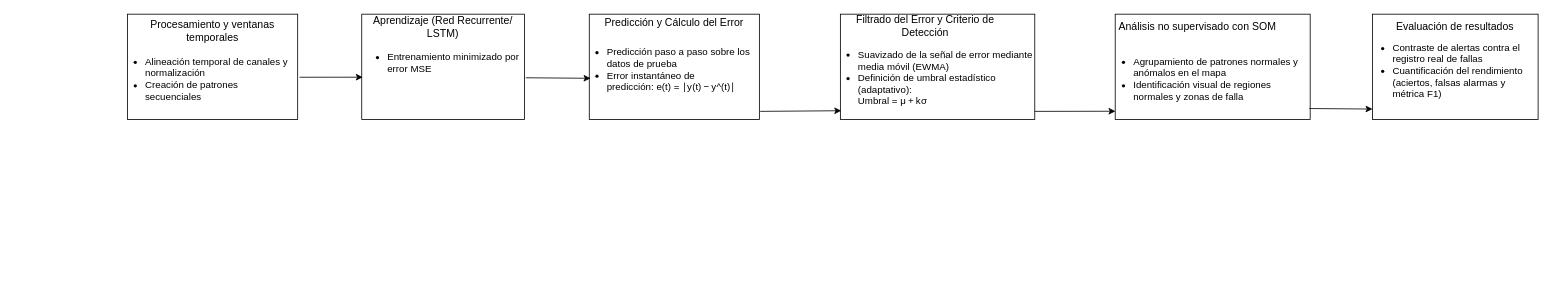
The draw.io diagram paso a paso IC.drawio in cior666/Deteccion-Anomalia-Satelites--Inteligencia-Computacional, before the edit. Source tidied: cells renumbered, new cells numbered last; positions are measured from the earlier drawing's top-left corner, leaving out a move shared by most shapes. Both pictures are drawn from the tidied source at 81%, with x=0, y=0 at pixel (111, 14).
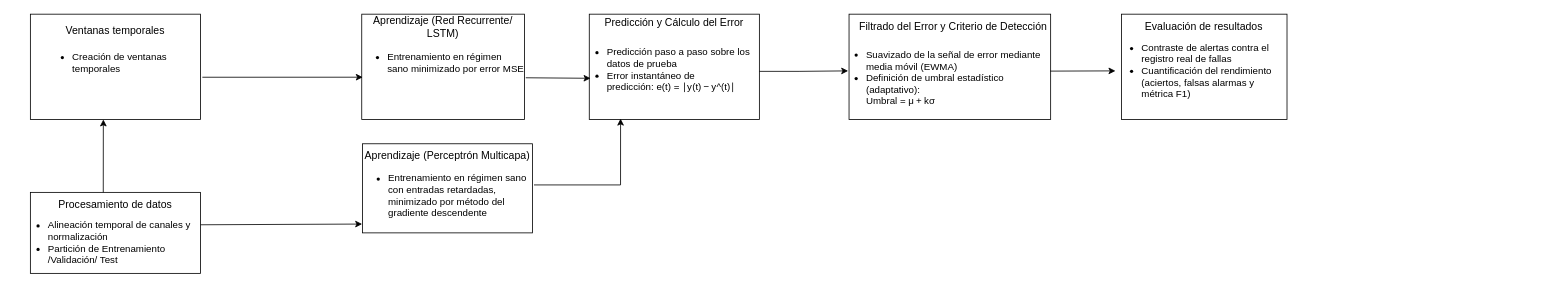
After the change.

Commit message (it also covers changes not shown here):
Se carga informe presentado y diagrama paso a paso.

The change refers to these unchanged cells:
```xml
<mxCell id="3" style="rounded=0;whiteSpace=wrap;html=1;" parent="2" vertex="1">
  <mxGeometry x="20" width="210" height="130" as="geometry" />
</mxCell>
<mxCell id="6" style="group;" parent="1" vertex="1">
  <mxGeometry x="290" width="220" height="130" as="geometry" />
</mxCell>
<mxCell id="11" style="rounded=0;whiteSpace=wrap;html=1;" parent="10" vertex="1">
  <mxGeometry x="20" width="210" height="130" as="geometry" />
</mxCell>
<mxCell id="23" style="rounded=0;whiteSpace=wrap;html=1;" parent="22" vertex="1">
  <mxGeometry x="17" width="204.4" height="130" as="geometry" />
</mxCell>
```

What changed in the source:
```diff
@@
     <mxCell id="2" style="group;" parent="1" vertex="1">
-      <mxGeometry width="230" height="130" as="geometry" />
+      <mxGeometry x="-120" width="230" height="130" as="geometry" />
     </mxCell>
@@
-    <mxCell id="4" value="&lt;font style=&quot;font-size: 13px;&quot;&gt;Procesamiento y ventanas temporales&lt;/font&gt;" style="text;html=1;whiteSpace=wrap;strokeColor=none;fillColor=none;align=center;verticalAlign=middle;rounded=0;" parent="2" vertex="1">
+    <mxCell id="4" value="&lt;font style=&quot;font-size: 13px;&quot;&gt;Ventanas temporales&lt;/font&gt;" style="text;html=1;whiteSpace=wrap;strokeColor=none;fillColor=none;align=center;verticalAlign=middle;rounded=0;" parent="2" vertex="1">
       <mxGeometry x="20" y="10" width="210" height="20" as="geometry" />
     </mxCell>
-    <mxCell id="5" value="&lt;ul&gt;&lt;li&gt;Alineación temporal de canales y normalización&lt;/li&gt;&lt;li&gt;&lt;span style=&quot;text-align: center;&quot;&gt;Creación de patrones secuenciales&lt;/span&gt;&lt;/li&gt;&lt;/ul&gt;" style="text;html=1;whiteSpace=wrap;strokeColor=none;fillColor=none;align=left;verticalAlign=middle;rounded=0;" parent="2" vertex="1">
-      <mxGeometry y="70" width="220" height="20" as="geometry" />
+    <mxCell id="5" value="&lt;ul&gt;&lt;li&gt;&lt;span style=&quot;text-align: center; background-color: transparent; color: light-dark(#000000, var(--ge-light-color, #ffffff));&quot;&gt;Creación de ventanas temporales&lt;/span&gt;&lt;/li&gt;&lt;/ul&gt;" style="text;html=1;whiteSpace=wrap;strokeColor=none;fillColor=none;align=left;verticalAlign=middle;rounded=0;" parent="2" vertex="1">
+      <mxGeometry x="30" y="50" width="220" height="20" as="geometry" />
     </mxCell>
@@
-    <mxCell id="9" value="&lt;ul&gt;&lt;li&gt;Entrenamiento minimizado por error MSE&lt;/li&gt;&lt;/ul&gt;" style="text;html=1;whiteSpace=wrap;strokeColor=none;fillColor=none;align=left;verticalAlign=middle;rounded=0;" parent="6" vertex="1">
+    <mxCell id="9" value="&lt;ul&gt;&lt;li&gt;Entrenamiento en régimen sano minimizado por error MSE&lt;/li&gt;&lt;/ul&gt;" style="text;html=1;whiteSpace=wrap;strokeColor=none;fillColor=none;align=left;verticalAlign=middle;rounded=0;" parent="6" vertex="1">
       <mxGeometry x="9.2" y="43.3" width="210.8" height="32.5" as="geometry" />
     </mxCell>
@@
     <mxCell id="14" style="group;" parent="1" vertex="1">
-      <mxGeometry x="880" width="270" height="130" as="geometry" />
+      <mxGeometry x="890" width="280" height="130" as="geometry" />
     </mxCell>
     <mxCell id="15" style="rounded=0;whiteSpace=wrap;html=1;" parent="14" vertex="1">
-      <mxGeometry x="20" width="240" height="130" as="geometry" />
+      <mxGeometry x="20.7" width="248.9" height="130" as="geometry" />
     </mxCell>
     <mxCell id="16" value="&lt;font style=&quot;font-size: 13px;&quot;&gt;Filtrado del Error y Criterio de Detección&lt;/font&gt;" style="text;html=1;whiteSpace=wrap;strokeColor=none;fillColor=none;align=center;verticalAlign=middle;rounded=0;" parent="14" vertex="1">
-      <mxGeometry x="10" width="230" height="30" as="geometry" />
+      <mxGeometry x="30" width="238.5" height="30" as="geometry" />
     </mxCell>
     <mxCell id="17" value="&lt;ul&gt;&lt;li&gt;Suavizado de la señal de error mediante media móvil (EWMA)&lt;/li&gt;&lt;li&gt;&lt;font&gt;Definición de umbral estadístico (adaptativo):&amp;nbsp;&lt;span style=&quot;animation: 0.2s ease-out 182ms 1 normal both running fade-in;&quot;&gt;&lt;br&gt;&lt;/span&gt;&lt;span style=&quot;animation: 0.2s ease-out 182ms 1 normal both running fade-in;&quot;&gt;&lt;span class=&quot;katex&quot; style=&quot;&quot;&gt;&lt;span class=&quot;katex-html&quot; aria-hidden=&quot;true&quot; style=&quot;&quot;&gt;&lt;span class=&quot;katex-base&quot; style=&quot;&quot;&gt;&lt;span class=&quot;katex-strut&quot; style=&quot;height: 0.6944em;&quot;&gt;&lt;/span&gt;&lt;span class=&quot;mord text&quot;&gt;&lt;span class=&quot;mord&quot;&gt;Umbral&lt;/span&gt;&lt;/span&gt;&lt;span class=&quot;mspace&quot; style=&quot;margin-right: 0.2778em;&quot;&gt;&lt;/span&gt;&lt;span class=&quot;mrel&quot;&gt;=&lt;/span&gt;&lt;span class=&quot;mspace&quot; style=&quot;margin-right: 0.2778em;&quot;&gt;&lt;/span&gt;&lt;/span&gt;&lt;span class=&quot;katex-base&quot; style=&quot;&quot;&gt;&lt;span class=&quot;katex-strut&quot; style=&quot;height: 0.7778em; vertical-align: -0.1944em;&quot;&gt;&lt;/span&gt;&lt;span class=&quot;mord mathnormal&quot;&gt;μ&lt;/span&gt;&lt;span class=&quot;mspace&quot; style=&quot;margin-right: 0.2222em;&quot;&gt;&lt;/span&gt;&lt;span class=&quot;mbin&quot;&gt;+&lt;/span&gt;&lt;span class=&quot;mspace&quot; style=&quot;margin-right: 0.2222em;&quot;&gt;&lt;/span&gt;&lt;/span&gt;&lt;span class=&quot;katex-base&quot; style=&quot;&quot;&gt;&lt;span class=&quot;katex-strut&quot; style=&quot;height: 0.6944em;&quot;&gt;&lt;/span&gt;&lt;span class=&quot;mord mathnormal&quot; style=&quot;margin-right: 0.0315em;&quot;&gt;k&lt;/span&gt;&lt;span class=&quot;mord mathnormal&quot; style=&quot;margin-right: 0.0359em;&quot;&gt;σ&lt;/span&gt;&lt;/span&gt;&lt;/span&gt;&lt;/span&gt;&lt;/span&gt;&lt;/font&gt;&lt;/li&gt;&lt;/ul&gt;" style="text;html=1;whiteSpace=wrap;strokeColor=none;fillColor=none;align=left;verticalAlign=middle;rounded=0;" parent="14" vertex="1">
-      <mxGeometry y="40" width="270" height="80" as="geometry" />
+      <mxGeometry y="40" width="280" height="80" as="geometry" />
     </mxCell>
-    <mxCell id="18" style="group;" parent="1" vertex="1">
-      <mxGeometry x="1220" width="260" height="130" as="geometry" />
-    </mxCell>
-    <mxCell id="19" style="rounded=0;whiteSpace=wrap;html=1;" parent="18" vertex="1">
-      <mxGeometry x="19.3" width="240.7" height="130" as="geometry" />
-    </mxCell>
-    <mxCell id="20" value="&lt;font style=&quot;font-size: 13px;&quot;&gt;Análisis no supervisado con SOM&lt;/font&gt;" style="text;html=1;whiteSpace=wrap;strokeColor=none;fillColor=none;align=center;verticalAlign=middle;rounded=0;" parent="18" vertex="1">
-      <mxGeometry x="9.6" width="221.5" height="30" as="geometry" />
-    </mxCell>
-    <mxCell id="21" value="&lt;ul&gt;&lt;li&gt;Agrupamiento de patrones normales y anómalos en el mapa&lt;/li&gt;&lt;li&gt;Identificación visual de regiones normales y zonas de falla&lt;/li&gt;&lt;/ul&gt;" style="text;html=1;whiteSpace=wrap;strokeColor=none;fillColor=none;align=left;verticalAlign=middle;rounded=0;" parent="18" vertex="1">
-      <mxGeometry y="40" width="251.6" height="80" as="geometry" />
-    </mxCell>
     <mxCell id="22" style="group;" parent="1" vertex="1">
-      <mxGeometry x="1540" width="230" height="130" as="geometry" />
+      <mxGeometry x="1230" width="230" height="130" as="geometry" />
     </mxCell>
@@
-    <mxCell id="28" style="endArrow=classic;html=1;rounded=0;defaultLabelBackgroundColor=gap;exitX=1.005;exitY=0.609;exitDx=0;exitDy=0;exitPerimeter=0;entryX=0.078;entryY=0.99;entryDx=0;entryDy=0;entryPerimeter=0;" parent="1" edge="1" target="17">
-      <mxGeometry relative="1" as="geometry">
-        <mxPoint x="801" y="120" as="sourcePoint" />
-      </mxGeometry>
-    </mxCell>
-    <mxCell id="29" style="endArrow=classic;html=1;rounded=0;defaultLabelBackgroundColor=gap;entryX=0.078;entryY=0.998;entryDx=0;entryDy=0;entryPerimeter=0;" parent="1" edge="1" target="21">
+    <mxCell id="29" style="endArrow=classic;html=1;rounded=0;defaultLabelBackgroundColor=gap;entryX=0.078;entryY=0.998;entryDx=0;entryDy=0;entryPerimeter=0;exitX=0.961;exitY=1.002;exitDx=0;exitDy=0;exitPerimeter=0;" parent="1" edge="1">
       <mxGeometry relative="1" as="geometry">
-        <mxPoint x="1140" y="120" as="sourcePoint" />
+        <mxPoint x="1159.1" y="70.3" as="sourcePoint" />
+        <mxPoint x="1239.6" y="70" as="targetPoint" />
       </mxGeometry>
     </mxCell>
-    <mxCell id="30" style="endArrow=classic;html=1;rounded=0;defaultLabelBackgroundColor=gap;exitX=0.996;exitY=0.896;exitDx=0;exitDy=0;exitPerimeter=0;entryX=0;entryY=0.901;entryDx=0;entryDy=0;entryPerimeter=0;" parent="1" edge="1" source="19" target="23">
-      <mxGeometry relative="1" as="geometry" />
-    </mxCell>
+    <mxCell id="31" style="group;" parent="1" vertex="1">
+      <mxGeometry x="290" y="160" width="230" height="110" as="geometry" />
+    </mxCell>
+    <mxCell id="32" style="rounded=0;whiteSpace=wrap;html=1;" parent="31" vertex="1">
+      <mxGeometry x="20" width="210" height="110" as="geometry" />
+    </mxCell>
+    <mxCell id="33" value="&lt;span style=&quot;font-size: 13px;&quot;&gt;Aprendizaje (Perceptrón Multicapa)&lt;/span&gt;" style="text;html=1;whiteSpace=wrap;strokeColor=none;fillColor=none;align=center;verticalAlign=middle;rounded=0;" parent="31" vertex="1">
+      <mxGeometry x="20" width="210" height="27.5" as="geometry" />
+    </mxCell>
+    <mxCell id="34" value="&lt;ul&gt;&lt;li&gt;Entrenamiento en régimen sano con entradas retardadas, minimizado por método del gradiente descendente&lt;/li&gt;&lt;/ul&gt;" style="text;html=1;whiteSpace=wrap;strokeColor=none;fillColor=none;align=left;verticalAlign=middle;rounded=0;" parent="31" vertex="1">
+      <mxGeometry x="9.6" y="50" width="220.4" height="27.5" as="geometry" />
+    </mxCell>
+    <mxCell id="35" style="endArrow=classic;html=1;rounded=0;defaultLabelBackgroundColor=page;labelPadding=0 4;exitX=1.008;exitY=0.029;exitDx=0;exitDy=0;exitPerimeter=0;entryX=0.184;entryY=0.992;entryDx=0;entryDy=0;entryPerimeter=0;" parent="1" edge="1" source="34" target="11">
+      <mxGeometry relative="1" as="geometry">
+        <Array as="points">
+          <mxPoint x="628.6" y="210.8" />
+        </Array>
+      </mxGeometry>
+    </mxCell>
+    <mxCell id="36" style="endArrow=classic;html=1;rounded=0;defaultLabelBackgroundColor=gap;entryX=0.07;entryY=0.992;entryDx=0;entryDy=0;entryPerimeter=0;" parent="1" edge="1">
+      <mxGeometry x="-0.08" relative="1" as="geometry">
+        <mxPoint x="800" y="70.6" as="sourcePoint" />
+        <mxPoint x="909.6" y="70" as="targetPoint" />
+        <Array as="points">
+          <mxPoint x="849" y="70.6" />
+        </Array>
+      </mxGeometry>
+    </mxCell>
+    <mxCell id="37" style="group;" parent="1" vertex="1">
+      <mxGeometry x="-120" y="220" width="230" height="100" as="geometry" />
+    </mxCell>
+    <mxCell id="38" style="rounded=0;whiteSpace=wrap;html=1;" parent="37" vertex="1">
+      <mxGeometry x="20" width="210" height="100" as="geometry" />
+    </mxCell>
+    <mxCell id="39" value="&lt;font style=&quot;font-size: 13px;&quot;&gt;Procesamiento de datos&lt;/font&gt;" style="text;html=1;whiteSpace=wrap;strokeColor=none;fillColor=none;align=center;verticalAlign=middle;rounded=0;" parent="37" vertex="1">
+      <mxGeometry x="20" y="7.7" width="210" height="15.4" as="geometry" />
+    </mxCell>
+    <mxCell id="40" value="&lt;ul&gt;&lt;li&gt;Alineación temporal de canales y normalización&lt;/li&gt;&lt;li&gt;Partición de Entrenamiento /Validación/ Test&lt;/li&gt;&lt;/ul&gt;" style="text;html=1;whiteSpace=wrap;strokeColor=none;fillColor=none;align=left;verticalAlign=middle;rounded=0;" parent="37" vertex="1">
+      <mxGeometry y="53.8" width="220" height="15.4" as="geometry" />
+    </mxCell>
+    <mxCell id="41" style="endArrow=classic;html=1;rounded=0;defaultLabelBackgroundColor=page;labelPadding=0 4;exitX=1.001;exitY=0.876;exitDx=0;exitDy=0;exitPerimeter=0;entryX=-0.002;entryY=0.901;entryDx=0;entryDy=0;entryPerimeter=0;" parent="1" edge="1" target="32">
+      <mxGeometry relative="1" as="geometry">
+        <mxPoint x="110.2" y="260" as="sourcePoint" />
+      </mxGeometry>
+    </mxCell>
+    <mxCell id="42" style="endArrow=classic;html=1;rounded=0;defaultLabelBackgroundColor=page;labelPadding=0 4;entryX=0.429;entryY=1;entryDx=0;entryDy=0;entryPerimeter=0;" parent="1" edge="1" target="3">
+      <mxGeometry relative="1" as="geometry">
+        <mxPoint x="-10" y="220" as="sourcePoint" />
+      </mxGeometry>
+    </mxCell>
```
